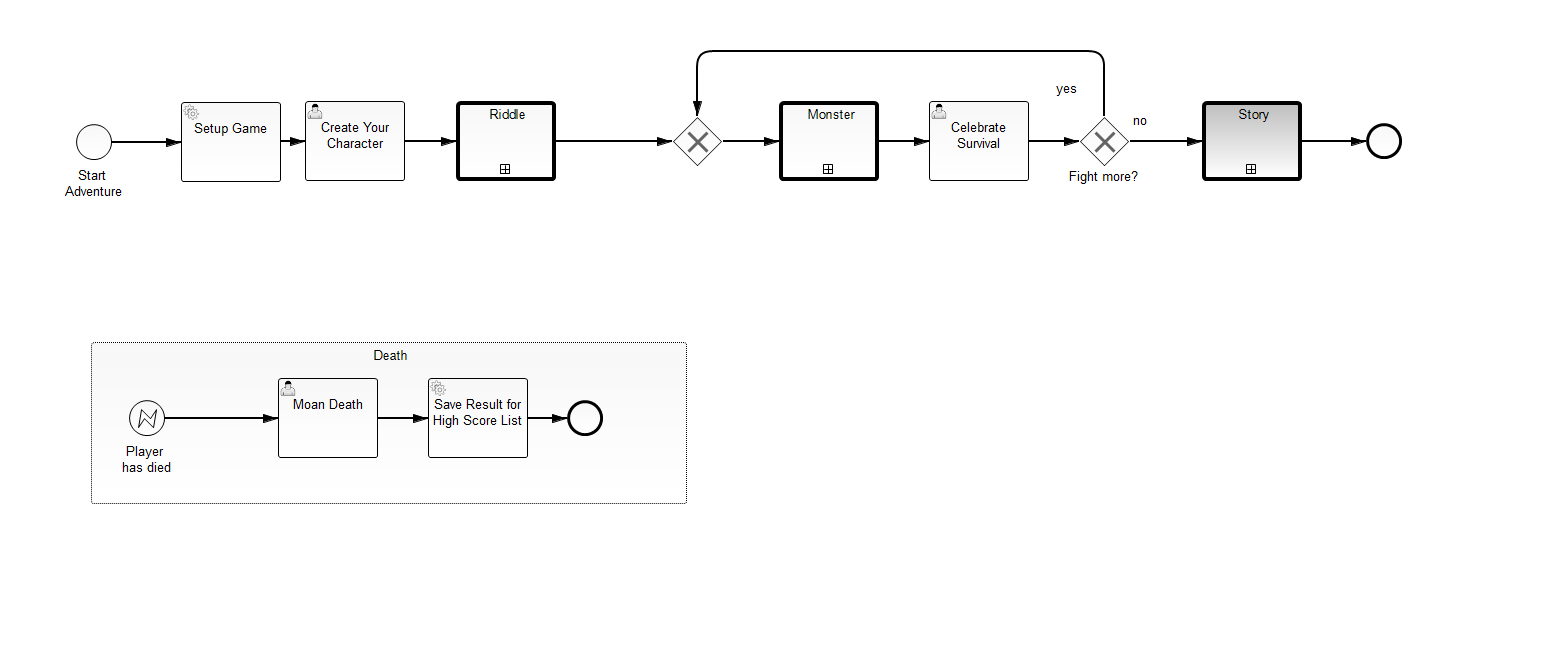
Above: src/main/resources/adventure.png in NPDeehan/bpmn-quest (BPMN), before the change. Its source is kept beside it as src/main/resources/adventure.bpmn. Ids are renumbered.
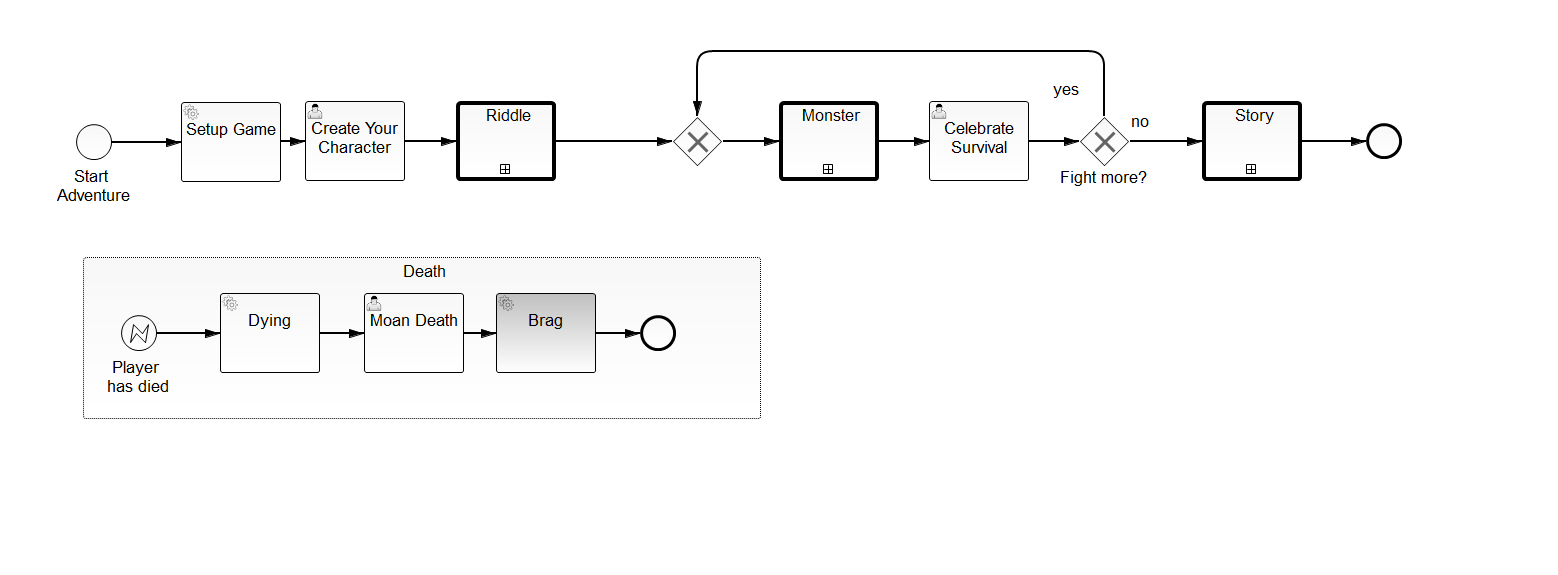
After the commit.

Commit message:
:smile: (death): brag about it

The edit, as a diff of the source:
```diff
@@ -4,31 +4,6 @@
       <bpmn2:outgoing>SequenceFlow_1</bpmn2:outgoing>
     </bpmn2:startEvent>
     <bpmn2:sequenceFlow id="SequenceFlow_1" name="" sourceRef="StartEvent_1" targetRef="ServiceTask_n1"/>
-    <bpmn2:subProcess id="SubProcess_1" name="Death" triggeredByEvent="true">
-      <bpmn2:startEvent id="StartEvent_2" name="Player &#xA;has died">
-        <bpmn2:outgoing>SequenceFlow_10</bpmn2:outgoing>
-        <bpmn2:errorEventDefinition id="ErrorEventDefinition_2" errorRef="Error_1"/>
-      </bpmn2:startEvent>
-      <bpmn2:sequenceFlow id="SequenceFlow_10" name="" sourceRef="StartEvent_2" targetRef="Task_1"/>
-      <bpmn2:endEvent id="EndEvent_3">
-        <bpmn2:incoming>SequenceFlow_12</bpmn2:incoming>
-      </bpmn2:endEvent>
-      <bpmn2:serviceTask id="ServiceTask_1" camunda:expression="#{true}" name="Save Result for High Score List">
-        <bpmn2:incoming>SequenceFlow_11</bpmn2:incoming>
-        <bpmn2:outgoing>SequenceFlow_12</bpmn2:outgoing>
-      </bpmn2:serviceTask>
-      <bpmn2:sequenceFlow id="SequenceFlow_12" name="" sourceRef="ServiceTask_1" targetRef="EndEvent_3"/>
-      <bpmn2:userTask id="UserTask_2" camunda:assignee="demo" camunda:formKey="embedded:app:forms/dead.html" name="Moan Death">
-        <bpmn2:incoming>SequenceFlow_4</bpmn2:incoming>
-        <bpmn2:outgoing>SequenceFlow_11</bpmn2:outgoing>
-      </bpmn2:userTask>
-      <bpmn2:sequenceFlow id="SequenceFlow_11" name="" sourceRef="UserTask_2" targetRef="ServiceTask_1"/>
-      <bpmn2:serviceTask id="Task_1" camunda:class="org.camunda.bpmn.quest.death.DyingDelegate" name="Dying">
-        <bpmn2:incoming>SequenceFlow_10</bpmn2:incoming>
-        <bpmn2:outgoing>SequenceFlow_4</bpmn2:outgoing>
-      </bpmn2:serviceTask>
-      <bpmn2:sequenceFlow id="SequenceFlow_4" name="" sourceRef="Task_1" targetRef="UserTask_2"/>
-    </bpmn2:subProcess>
     <bpmn2:sequenceFlow id="SequenceFlow_n2" sourceRef="ServiceTask_n1" targetRef="UserTask_n3"/>
     <bpmn2:serviceTask id="ServiceTask_n1" camunda:class="org.camunda.bpmn.quest.CharacterCreator.CreateCharacterDelegate" name="Setup Game">
       <bpmn2:incoming>SequenceFlow_1</bpmn2:incoming>
@@ -99,6 +74,31 @@
       <bpmn2:outgoing>SequenceFlow_2</bpmn2:outgoing>
     </bpmn2:callActivity>
     <bpmn2:sequenceFlow id="SequenceFlow_2" name="" sourceRef="CallActivity_2" targetRef="ExclusiveGateway_2"/>
+    <bpmn2:subProcess id="SubProcess_1" name="Death" triggeredByEvent="true">
+      <bpmn2:startEvent id="StartEvent_2" name="Player &#xA;has died">
+        <bpmn2:outgoing>SequenceFlow_10</bpmn2:outgoing>
+        <bpmn2:errorEventDefinition id="ErrorEventDefinition_2" errorRef="Error_1"/>
+      </bpmn2:startEvent>
+      <bpmn2:sequenceFlow id="SequenceFlow_10" name="" sourceRef="StartEvent_2" targetRef="Task_1"/>
+      <bpmn2:endEvent id="EndEvent_3">
+        <bpmn2:incoming>SequenceFlow_12</bpmn2:incoming>
+      </bpmn2:endEvent>
+      <bpmn2:serviceTask id="ServiceTask_1" camunda:class="org.camunda.bpmn.quest.death.TweetBragDelegate" name="Brag">
+        <bpmn2:incoming>SequenceFlow_11</bpmn2:incoming>
+        <bpmn2:outgoing>SequenceFlow_12</bpmn2:outgoing>
+      </bpmn2:serviceTask>
+      <bpmn2:sequenceFlow id="SequenceFlow_12" name="" sourceRef="ServiceTask_1" targetRef="EndEvent_3"/>
+      <bpmn2:userTask id="UserTask_2" camunda:assignee="demo" camunda:formKey="embedded:app:forms/dead.html" name="Moan Death">
+        <bpmn2:incoming>SequenceFlow_4</bpmn2:incoming>
+        <bpmn2:outgoing>SequenceFlow_11</bpmn2:outgoing>
+      </bpmn2:userTask>
+      <bpmn2:sequenceFlow id="SequenceFlow_11" name="" sourceRef="UserTask_2" targetRef="ServiceTask_1"/>
+      <bpmn2:serviceTask id="Task_1" camunda:class="org.camunda.bpmn.quest.death.DyingDelegate" name="Dying">
+        <bpmn2:incoming>SequenceFlow_10</bpmn2:incoming>
+        <bpmn2:outgoing>SequenceFlow_4</bpmn2:outgoing>
+      </bpmn2:serviceTask>
+      <bpmn2:sequenceFlow id="SequenceFlow_4" name="" sourceRef="Task_1" targetRef="UserTask_2"/>
+    </bpmn2:subProcess>
   </bpmn2:process>
   <bpmn2:error id="Error_1" errorCode="playerDied" name="Player died"/>
   <bpmndi:BPMNDiagram id="BPMNDiagram_1">
@@ -176,45 +176,45 @@
         </bpmndi:BPMNLabel>
       </bpmndi:BPMNEdge>
       <bpmndi:BPMNShape id="_BPMNShape_SubProcess_2" bpmnElement="SubProcess_1" isExpanded="true">
-        <dc:Bounds height="162.0" width="678.0" x="91.0" y="342.0"/>
+        <dc:Bounds height="162.0" width="678.0" x="83.0" y="257.0"/>
       </bpmndi:BPMNShape>
       <bpmndi:BPMNShape id="_BPMNShape_StartEvent_4" bpmnElement="StartEvent_2">
-        <dc:Bounds height="36.0" width="36.0" x="129.0" y="400.0"/>
+        <dc:Bounds height="36.0" width="36.0" x="121.0" y="315.0"/>
         <bpmndi:BPMNLabel>
-          <dc:Bounds height="44.0" width="68.0" x="113.0" y="441.0"/>
+          <dc:Bounds height="44.0" width="68.0" x="105.0" y="356.0"/>
         </bpmndi:BPMNLabel>
       </bpmndi:BPMNShape>
       <bpmndi:BPMNShape id="_BPMNShape_UserTask_5" bpmnElement="UserTask_2">
-        <dc:Bounds height="80.0" width="100.0" x="372.0" y="378.0"/>
+        <dc:Bounds height="80.0" width="100.0" x="364.0" y="293.0"/>
       </bpmndi:BPMNShape>
       <bpmndi:BPMNEdge id="BPMNEdge_SequenceFlow_10" bpmnElement="SequenceFlow_10" sourceElement="_BPMNShape_StartEvent_4" targetElement="_BPMNShape_Task_2">
-        <di:waypoint xsi:type="dc:Point" x="165.0" y="418.0"/>
-        <di:waypoint xsi:type="dc:Point" x="228.0" y="418.0"/>
+        <di:waypoint xsi:type="dc:Point" x="157.0" y="333.0"/>
+        <di:waypoint xsi:type="dc:Point" x="220.0" y="333.0"/>
         <bpmndi:BPMNLabel>
-          <dc:Bounds height="6.0" width="6.0" x="170.0" y="418.0"/>
+          <dc:Bounds height="6.0" width="6.0" x="162.0" y="333.0"/>
         </bpmndi:BPMNLabel>
       </bpmndi:BPMNEdge>
       <bpmndi:BPMNShape id="_BPMNShape_ServiceTask_25" bpmnElement="ServiceTask_1">
-        <dc:Bounds height="80.0" width="100.0" x="504.0" y="378.0"/>
+        <dc:Bounds height="80.0" width="100.0" x="496.0" y="293.0"/>
       </bpmndi:BPMNShape>
       <bpmndi:BPMNEdge id="BPMNEdge_SequenceFlow_11" bpmnElement="SequenceFlow_11" sourceElement="_BPMNShape_UserTask_5" targetElement="_BPMNShape_ServiceTask_25">
-        <di:waypoint xsi:type="dc:Point" x="472.0" y="418.0"/>
-        <di:waypoint xsi:type="dc:Point" x="504.0" y="418.0"/>
+        <di:waypoint xsi:type="dc:Point" x="464.0" y="333.0"/>
+        <di:waypoint xsi:type="dc:Point" x="496.0" y="333.0"/>
         <bpmndi:BPMNLabel>
-          <dc:Bounds height="6.0" width="6.0" x="494.0" y="418.0"/>
+          <dc:Bounds height="6.0" width="6.0" x="486.0" y="333.0"/>
         </bpmndi:BPMNLabel>
       </bpmndi:BPMNEdge>
       <bpmndi:BPMNShape id="_BPMNShape_EndEvent_34" bpmnElement="EndEvent_3">
-        <dc:Bounds height="36.0" width="36.0" x="648.0" y="400.0"/>
+        <dc:Bounds height="36.0" width="36.0" x="640.0" y="315.0"/>
         <bpmndi:BPMNLabel>
-          <dc:Bounds height="0.0" width="0.0" x="666.0" y="441.0"/>
+          <dc:Bounds height="0.0" width="0.0" x="658.0" y="356.0"/>
         </bpmndi:BPMNLabel>
       </bpmndi:BPMNShape>
       <bpmndi:BPMNEdge id="BPMNEdge_SequenceFlow_12" bpmnElement="SequenceFlow_12" sourceElement="_BPMNShape_ServiceTask_25" targetElement="_BPMNShape_EndEvent_34">
-        <di:waypoint xsi:type="dc:Point" x="604.0" y="418.0"/>
-        <di:waypoint xsi:type="dc:Point" x="648.0" y="418.0"/>
+        <di:waypoint xsi:type="dc:Point" x="596.0" y="333.0"/>
+        <di:waypoint xsi:type="dc:Point" x="640.0" y="333.0"/>
         <bpmndi:BPMNLabel>
-          <dc:Bounds height="6.0" width="6.0" x="621.0" y="418.0"/>
+          <dc:Bounds height="6.0" width="6.0" x="613.0" y="333.0"/>
         </bpmndi:BPMNLabel>
       </bpmndi:BPMNEdge>
       <bpmndi:BPMNEdge id="SequenceFlow_n2_di" bpmnElement="SequenceFlow_n2">
@@ -255,13 +255,13 @@
         <di:waypoint xsi:type="dc:Point" x="672.0" y="141.0"/>
       </bpmndi:BPMNEdge>
       <bpmndi:BPMNShape id="_BPMNShape_Task_2" bpmnElement="Task_1">
-        <dc:Bounds height="80.0" width="100.0" x="228.0" y="378.0"/>
+        <dc:Bounds height="80.0" width="100.0" x="220.0" y="293.0"/>
       </bpmndi:BPMNShape>
       <bpmndi:BPMNEdge id="BPMNEdge_SequenceFlow_4" bpmnElement="SequenceFlow_4" sourceElement="_BPMNShape_Task_2" targetElement="_BPMNShape_UserTask_5">
-        <di:waypoint xsi:type="dc:Point" x="328.0" y="418.0"/>
-        <di:waypoint xsi:type="dc:Point" x="372.0" y="418.0"/>
+        <di:waypoint xsi:type="dc:Point" x="320.0" y="333.0"/>
+        <di:waypoint xsi:type="dc:Point" x="364.0" y="333.0"/>
         <bpmndi:BPMNLabel>
-          <dc:Bounds height="6.0" width="6.0" x="326.0" y="418.0"/>
+          <dc:Bounds height="6.0" width="6.0" x="318.0" y="333.0"/>
         </bpmndi:BPMNLabel>
       </bpmndi:BPMNEdge>
     </bpmndi:BPMNPlane>
```
